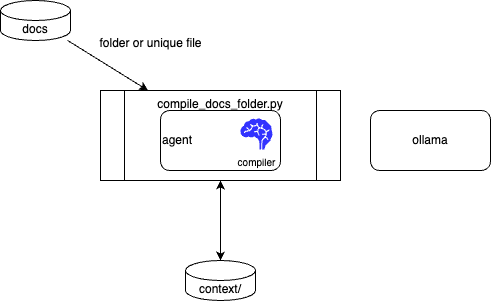
The draw.io diagram docs/images/docs_compiler.drawio.png in jbcodeforce/km-agent, before a commit. Source tidied: cells renumbered, new cells last; positions are measured from the earlier drawing's top-left corner, leaving out a move shared by most shapes. Source of this version:
```xml
<mxGraphModel>
  <root>
    <mxCell id="0" />
    <mxCell id="1" parent="0" />
    <mxCell id="2" style="edgeStyle=none;html=1;" parent="1" edge="1" source="3" target="4">
      <mxGeometry relative="1" as="geometry" />
    </mxCell>
    <mxCell id="3" value="docs" style="shape=cylinder3;whiteSpace=wrap;html=1;boundedLbl=1;backgroundOutline=1;size=10;" parent="1" vertex="1">
      <mxGeometry width="70" height="40" as="geometry" />
    </mxCell>
    <mxCell id="4" value="compile_docs_folder.py" style="shape=process;whiteSpace=wrap;html=1;backgroundOutline=1;verticalAlign=top;" parent="1" vertex="1">
      <mxGeometry x="100" y="90" width="240" height="90" as="geometry" />
    </mxCell>
    <mxCell id="5" value="folder or unique file" style="text;html=1;align=center;verticalAlign=middle;strokeColor=none;fillColor=none;" parent="1" vertex="1">
      <mxGeometry x="85" y="28" width="130" height="30" as="geometry" />
    </mxCell>
    <mxCell id="6" value="context/" style="shape=cylinder3;whiteSpace=wrap;html=1;boundedLbl=1;backgroundOutline=1;size=10;" parent="1" vertex="1">
      <mxGeometry x="185" y="260" width="70" height="40" as="geometry" />
    </mxCell>
    <mxCell id="7" style="edgeStyle=none;html=1;entryX=0.5;entryY=0;entryDx=0;entryDy=0;entryPerimeter=0;startArrow=classic;startFill=1;" parent="1" edge="1" source="4" target="6">
      <mxGeometry relative="1" as="geometry" />
    </mxCell>
    <mxCell id="8" value="agent" style="rounded=1;whiteSpace=wrap;html=1;align=left;" parent="1" vertex="1">
      <mxGeometry x="160" y="110" width="120" height="60" as="geometry" />
    </mxCell>
    <mxCell id="9" value="compiler" style="shape=mxgraph.signs.healthcare.brain;html=1;fillColor=#3333FF;strokeColor=none;verticalLabelPosition=bottom;verticalAlign=top;align=center;labelPosition=center;fontSize=10;" parent="1" vertex="1">
      <mxGeometry x="240" y="118" width="32" height="31" as="geometry" />
    </mxCell>
    <mxCell id="10" value="ollama" style="rounded=1;whiteSpace=wrap;html=1;" parent="1" vertex="1">
      <mxGeometry x="370" y="110" width="120" height="60" as="geometry" />
    </mxCell>
  </root>
</mxGraphModel>
```
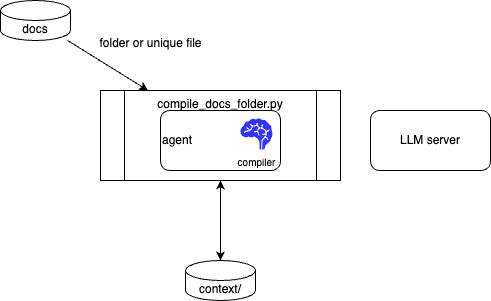
After the change.

The edit, as a diff of the source:
```diff
@@ -26,7 +26,7 @@
     <mxCell id="9" value="compiler" style="shape=mxgraph.signs.healthcare.brain;html=1;fillColor=#3333FF;strokeColor=none;verticalLabelPosition=bottom;verticalAlign=top;align=center;labelPosition=center;fontSize=10;" parent="1" vertex="1">
       <mxGeometry x="240" y="118" width="32" height="31" as="geometry" />
     </mxCell>
-    <mxCell id="10" value="ollama" style="rounded=1;whiteSpace=wrap;html=1;" parent="1" vertex="1">
+    <mxCell id="10" value="LLM server" style="rounded=1;whiteSpace=wrap;html=1;" parent="1" vertex="1">
       <mxGeometry x="370" y="110" width="120" height="60" as="geometry" />
     </mxCell>
   </root>
```
